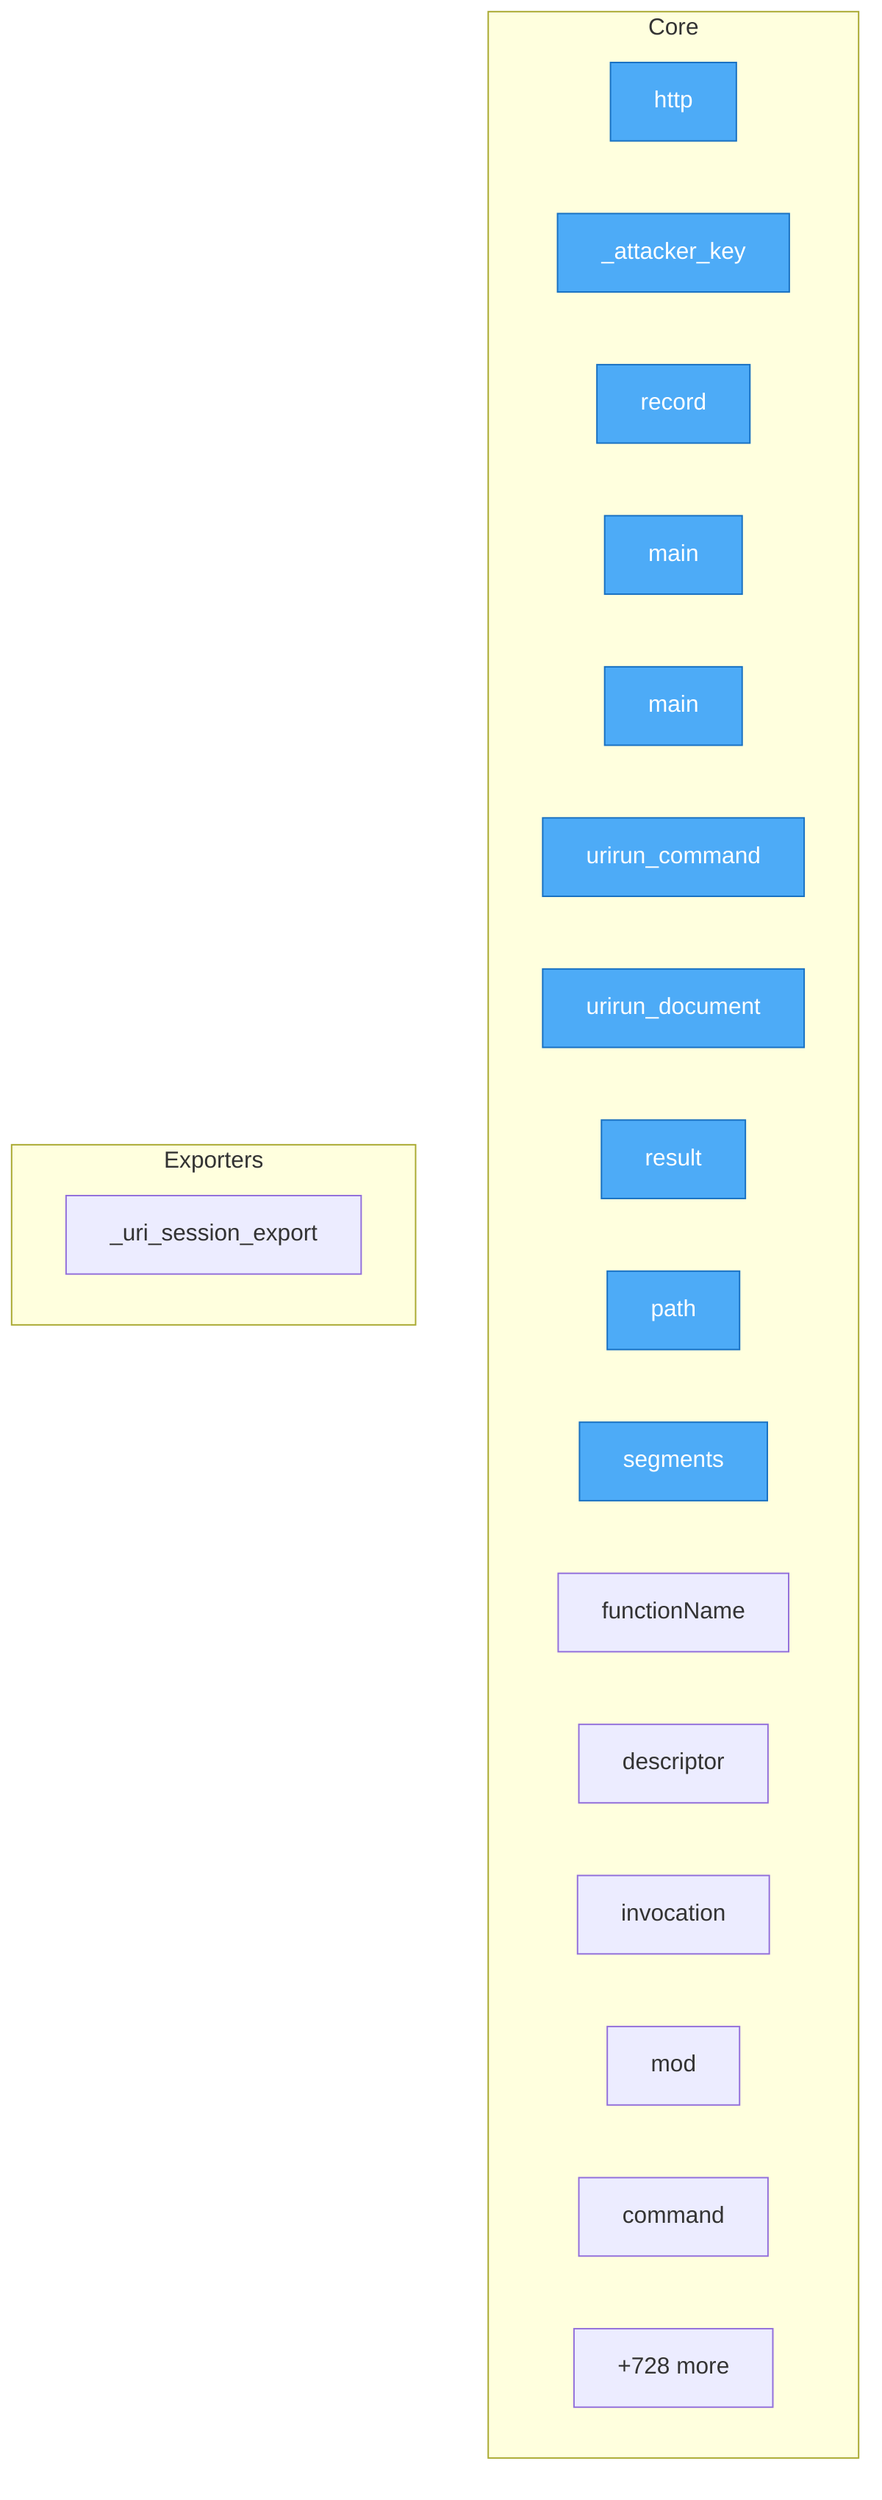
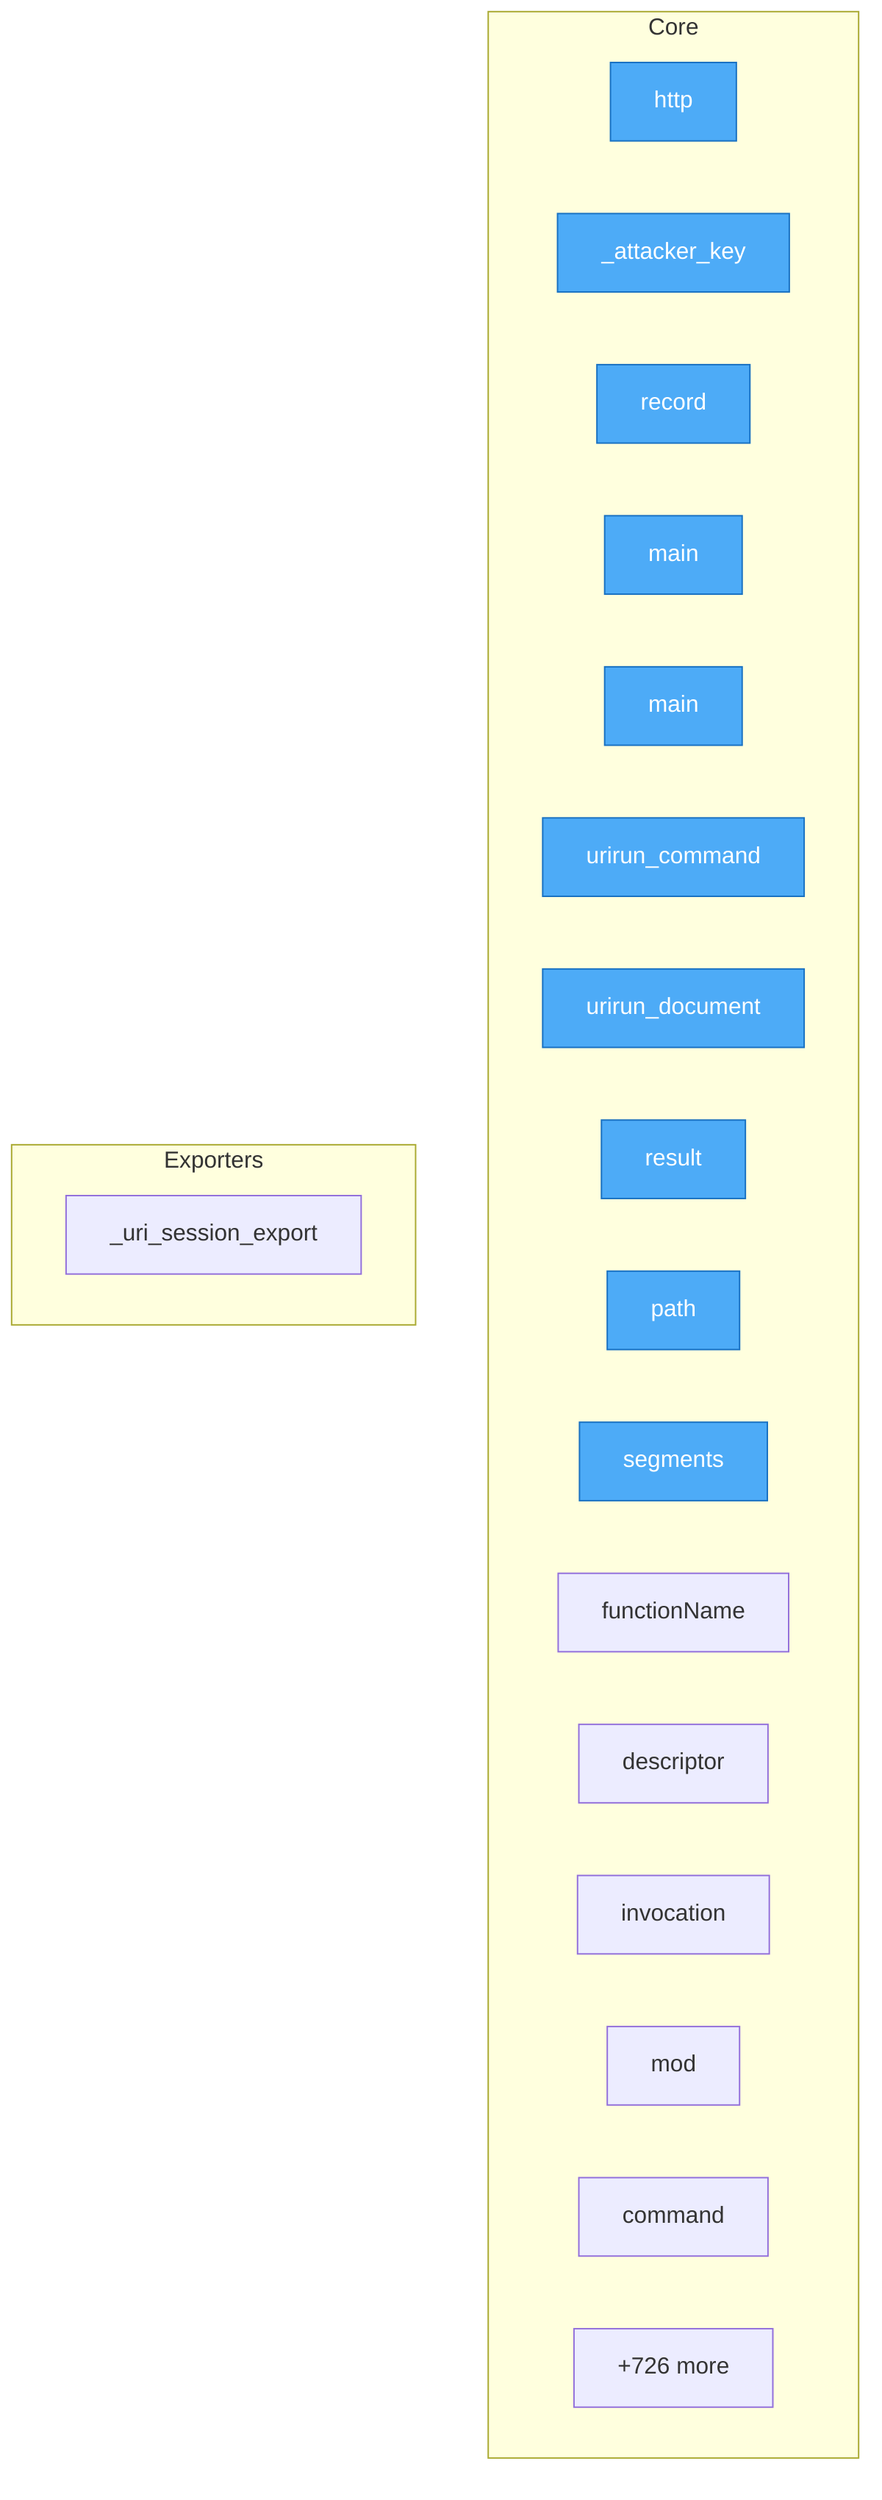
flowchart TD
%% generated in 0.04s

    %% Entry points (blue)
    classDef entry fill:#4dabf7,stroke:#1971c2,color:#fff

    subgraph Core
        security__mesh_probe__probe__http["http"]
        security__mesh_probe__probe___attacker_key["_attacker_key"]
        security__mesh_probe__probe__record["record"]
        adapters__conformance__main["main"]
        adapters__new_connector__main["main"]
        adapters__bash__urirun__urirun_command["urirun_command"]
        adapters__bash__urirun__urirun_document["urirun_document"]
        adapters__js__index__test__result["result"]
        adapters__js__path["path"]
        adapters__js__segments["segments"]
        adapters__js__functionName["functionName"]
        adapters__js__descriptor["descriptor"]
        adapters__js__invocation["invocation"]
        adapters__js__mod["mod"]
        adapters__java__Urirun__Urirun__command["command"]
-         ...["+728 more"]
+         ...["+726 more"]
    end

    subgraph Exporters
        adapters__python__urirun__node__skill___uri_session_export["_uri_session_export"]
    end

    class security__mesh_probe__probe__http,security__mesh_probe__probe___attacker_key,security__mesh_probe__probe__record,adapters__conformance__main,adapters__new_connector__main,adapters__bash__urirun__urirun_command,adapters__bash__urirun__urirun_document,adapters__js__index__test__result,adapters__js__path,adapters__js__segments entry
